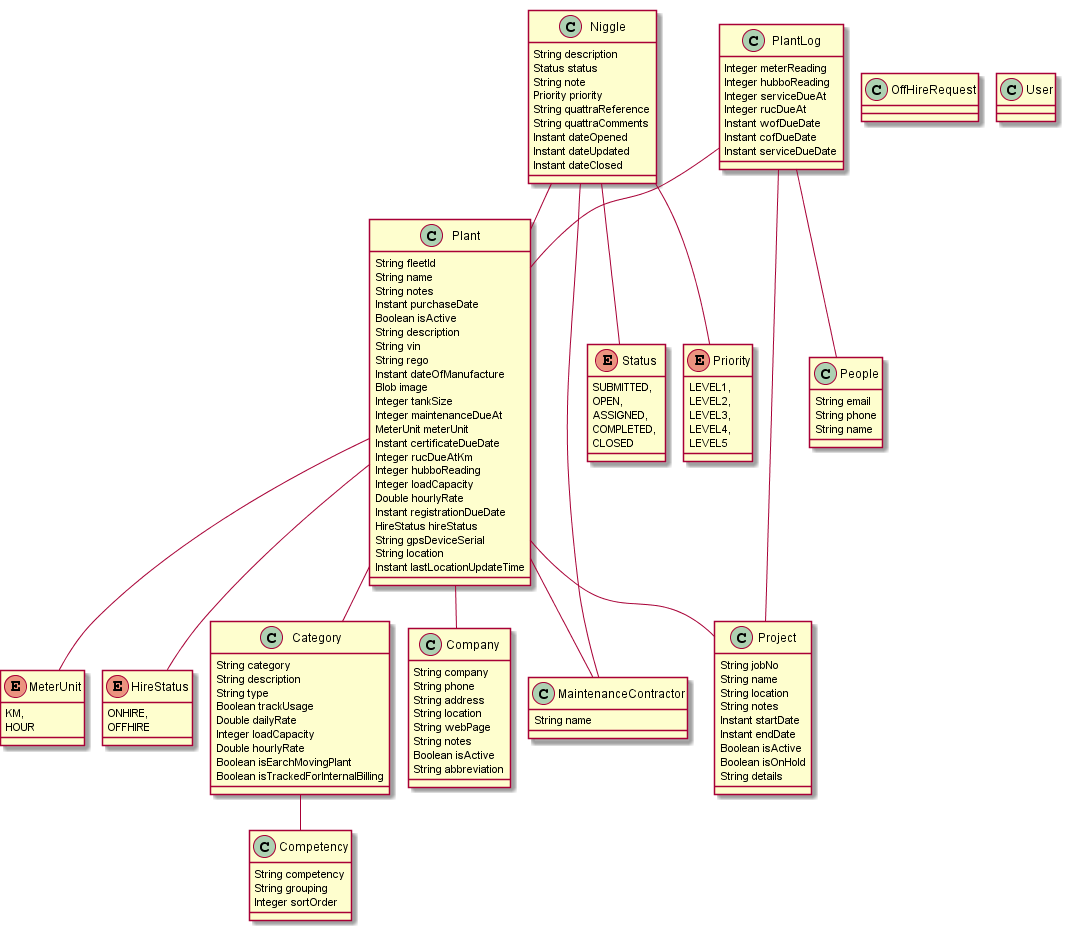
This is jhipster-jdl.png from LIUTaichen/newShirley, a PlantUML export, as it was before one commit.
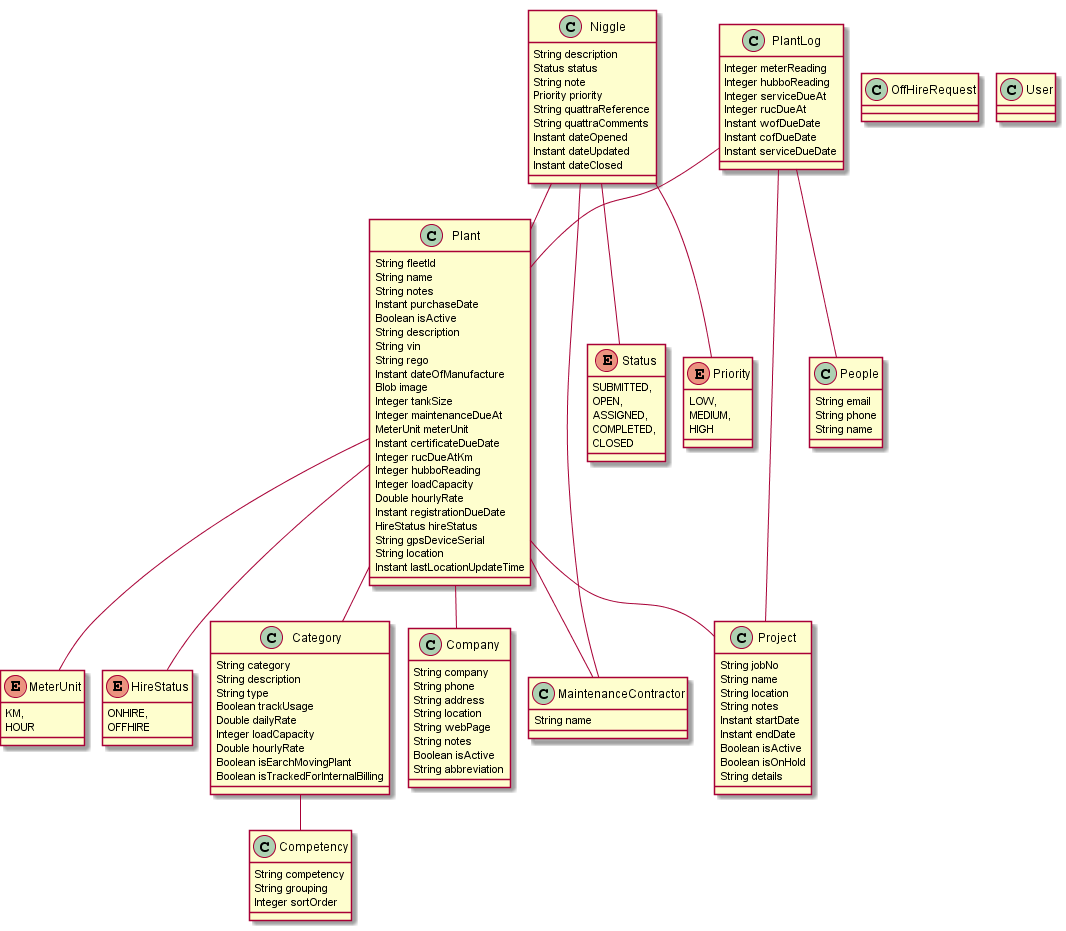
Above is the later version.

Diff of the diagram source:
```diff
@@ -97,11 +97,9 @@
 	Niggle ..> Status
 	Niggle ..> Priority
 	enum Priority {
-		LEVEL1,
-		LEVEL2,
-		LEVEL3,
-		LEVEL4,
-		LEVEL5
+		LOW,
+		MEDIUM,
+		HIGH
 	}
 	enum Status {
 		SUBMITTED,
```
